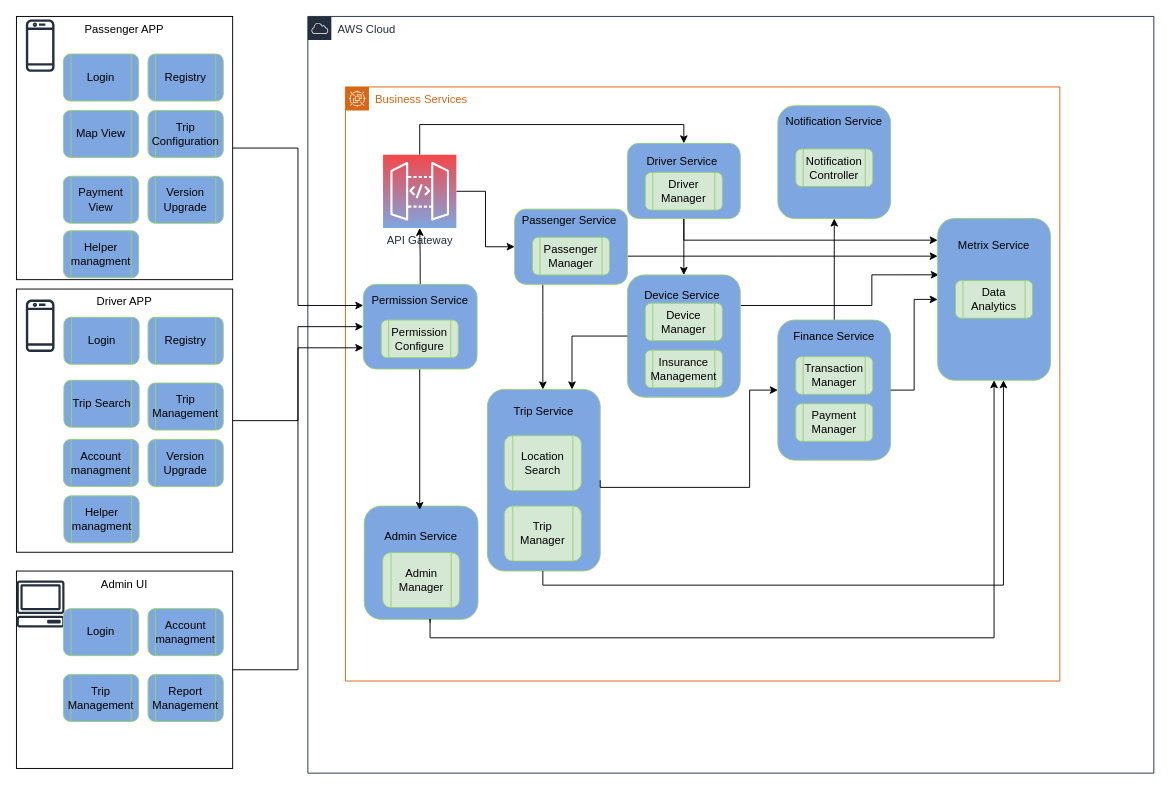
Above: page "Component Model" (4 of 4) of DD_Logical_Arch_overview.drawio in JackZhao2517/drawio_folder (draw.io), before the change. Source tidied: cells renumbered, new cells numbered last; positions are measured from the earlier drawing's top-left corner, leaving out a move shared by most shapes. Both pictures are drawn from the tidied source at 94%, with x=0, y=0 at pixel (16, 16).
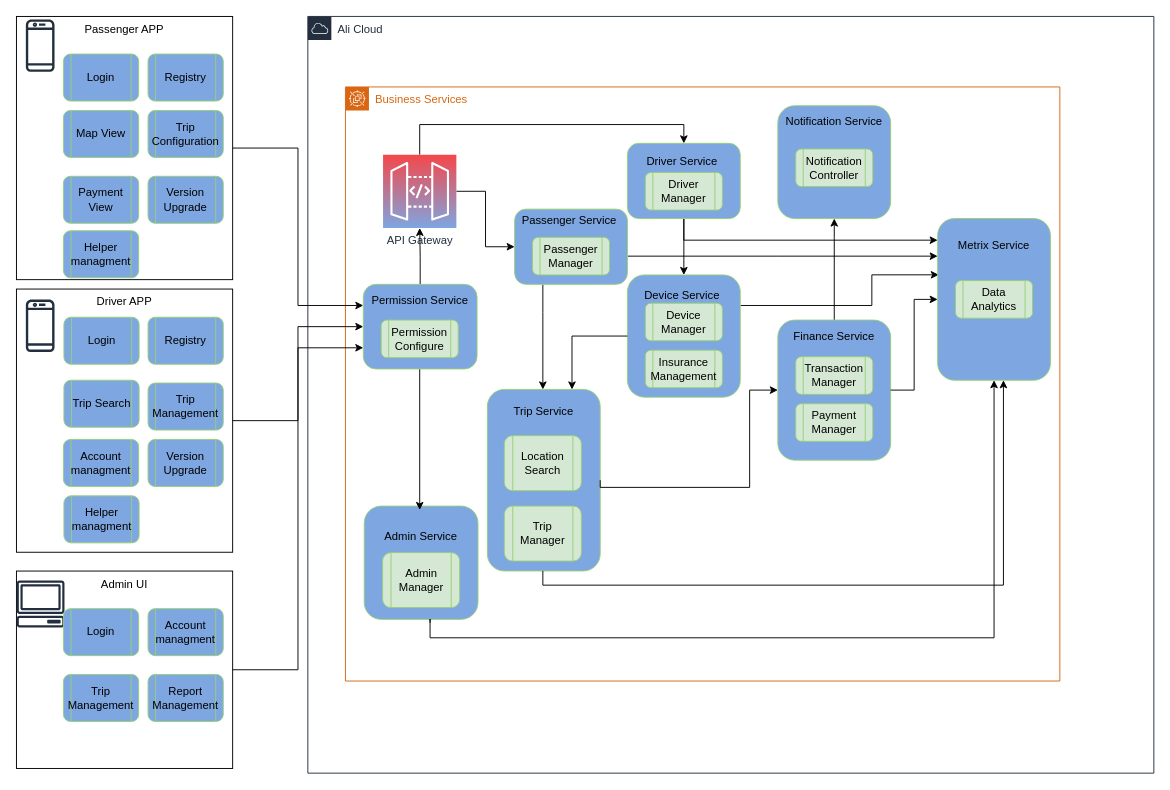
The same page after the edit.

Diff of the diagram source:
```diff
@@
-    <mxCell id="2" value="AWS Cloud" style="gradientColor=none;html=1;whiteSpace=wrap;fontSize=12;fontStyle=0;shape=mxgraph.aws4.group;grIcon=mxgraph.aws4.group_aws_cloud;strokeColor=#232F3E;fillColor=none;verticalAlign=top;align=left;spacingLeft=30;fontColor=#232F3E;dashed=0;rounded=1;shadow=0;" parent="1" vertex="1">
+    <mxCell id="2" value="Ali Cloud" style="gradientColor=none;html=1;whiteSpace=wrap;fontSize=12;fontStyle=0;shape=mxgraph.aws4.group;grIcon=mxgraph.aws4.group_aws_cloud;strokeColor=#232F3E;fillColor=none;verticalAlign=top;align=left;spacingLeft=30;fontColor=#232F3E;dashed=0;rounded=1;shadow=0;" parent="1" vertex="1">
       <mxGeometry x="310" width="900" height="805" as="geometry" />
     </mxCell>
```
